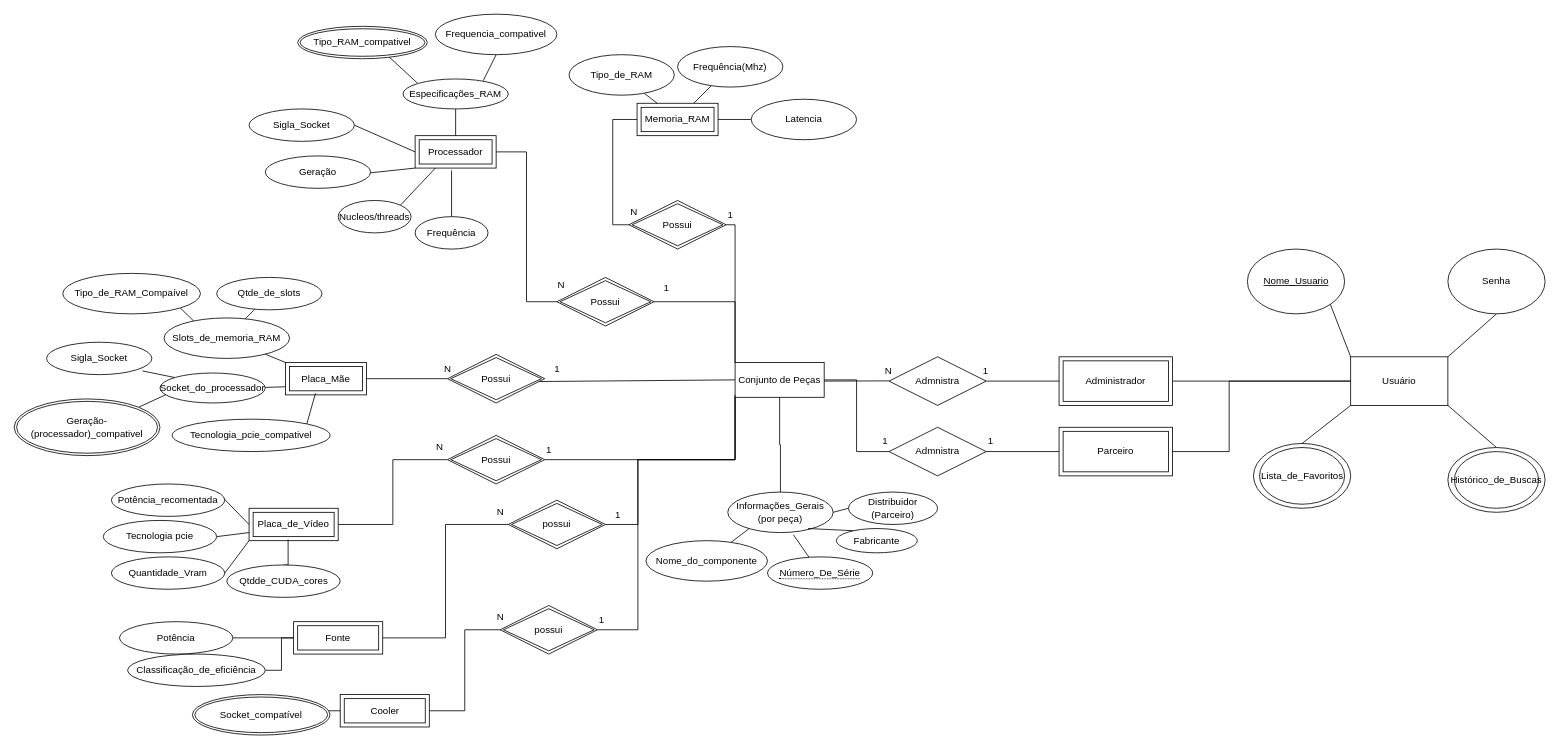
This is Diagramas/DiagramaMER.drawio from Mateus-Fernandes-Barbosa/EngenhariaDeSoftware, a draw.io file, before an edit. Source tidied: cells renumbered, new cells numbered last; positions are measured from the earlier drawing's top-left corner, leaving out a move shared by most shapes. Both pictures are drawn from the tidied source at 81%, with x=0, y=0 at pixel (14, 14).
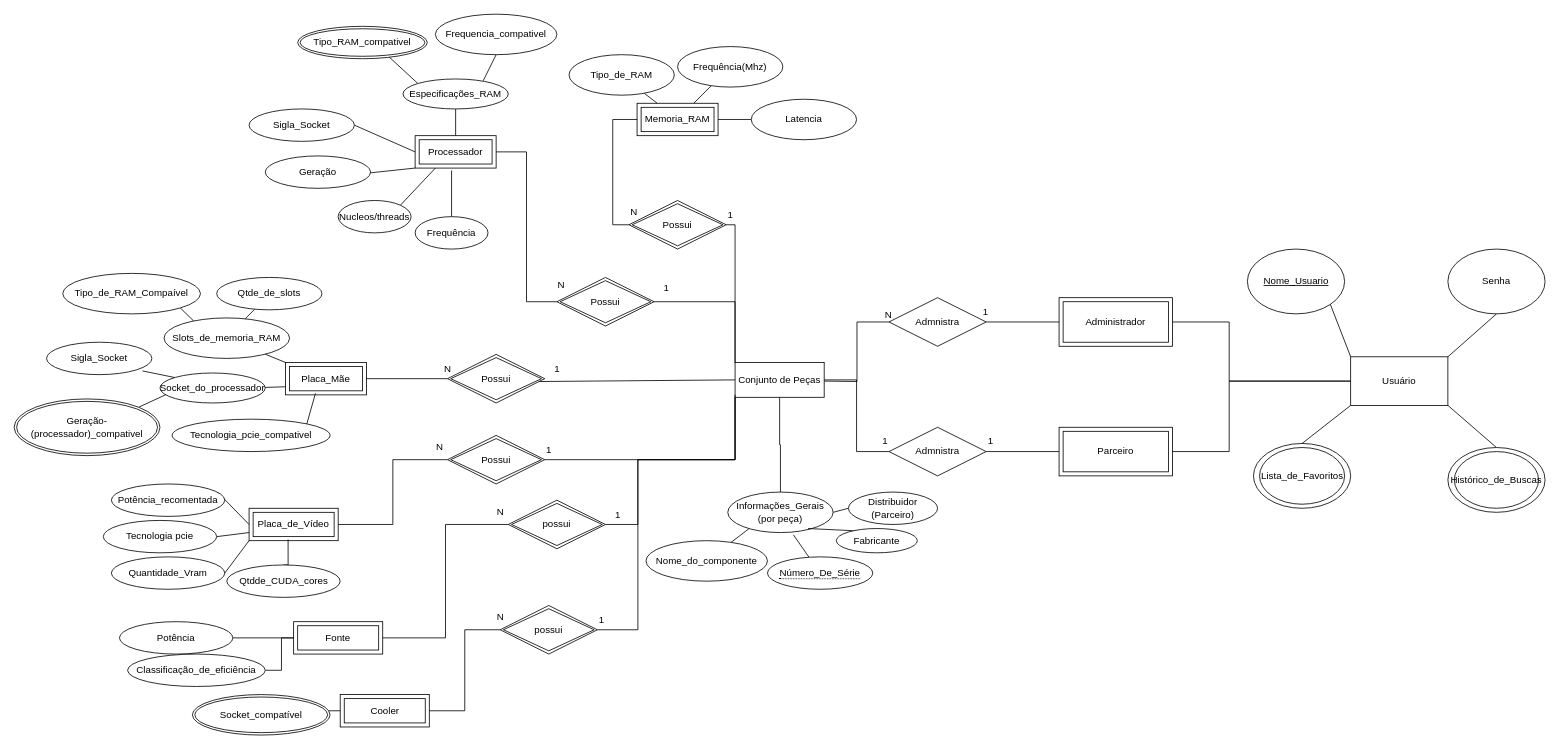
The same page after the edit.

The change refers to these unchanged cells:
```xml
<mxCell id="2" value="Usuário" style="rounded=0;whiteSpace=wrap;html=1;" parent="1" vertex="1">
  <mxGeometry x="1650" y="423" width="120" height="60" as="geometry" />
</mxCell>
```

Diff of the diagram source:
```diff
@@
-    <mxCell id="13" style="endArrow=none;html=1;rounded=0;exitX=1;exitY=0.5;exitDx=0;exitDy=0;entryX=0;entryY=0.5;entryDx=0;entryDy=0;" parent="1" edge="1" source="14" target="2">
-      <mxGeometry relative="1" as="geometry" />
+    <mxCell id="13" style="endArrow=none;html=1;rounded=0;exitX=1;exitY=0.5;exitDx=0;exitDy=0;entryX=0;entryY=0.5;entryDx=0;entryDy=0;edgeStyle=orthogonalEdgeStyle;" parent="1" edge="1" source="14" target="2">
+      <mxGeometry relative="1" as="geometry">
+        <Array as="points">
+          <mxPoint x="1500" y="380" />
+          <mxPoint x="1500" y="453" />
+        </Array>
+      </mxGeometry>
     </mxCell>
     <mxCell id="14" value="Administrador" style="shape=ext;margin=3;double=1;whiteSpace=wrap;html=1;align=center;" parent="1" vertex="1">
-      <mxGeometry x="1290" y="423" width="140" height="60" as="geometry" />
+      <mxGeometry x="1290" y="350" width="140" height="60" as="geometry" />
     </mxCell>
@@
     <mxCell id="17" value="Admnistra" style="shape=rhombus;perimeter=rhombusPerimeter;whiteSpace=wrap;html=1;align=center;" parent="1" vertex="1">
-      <mxGeometry x="1080" y="423" width="120" height="60" as="geometry" />
+      <mxGeometry x="1080" y="350" width="120" height="60" as="geometry" />
     </mxCell>
@@
-    <mxCell id="20" style="endArrow=none;html=1;rounded=0;" parent="1" edge="1">
+    <mxCell id="20" style="endArrow=none;html=1;rounded=0;entryX=0;entryY=0.5;entryDx=0;entryDy=0;edgeStyle=orthogonalEdgeStyle;" parent="1" edge="1" target="17">
       <mxGeometry relative="1" as="geometry">
         <mxPoint x="1000" y="453" as="sourcePoint" />
-        <mxPoint x="1080" y="452.7" as="targetPoint" />
       </mxGeometry>
     </mxCell>
     <mxCell id="21" value="N" style="html=1;whiteSpace=wrap;align=right;verticalAlign=bottom;" parent="20" vertex="1">
       <mxGeometry x="1" relative="1" as="geometry">
-        <mxPoint x="5" y="-4" as="offset" />
+        <mxPoint x="5" as="offset" />
       </mxGeometry>
     </mxCell>
```
